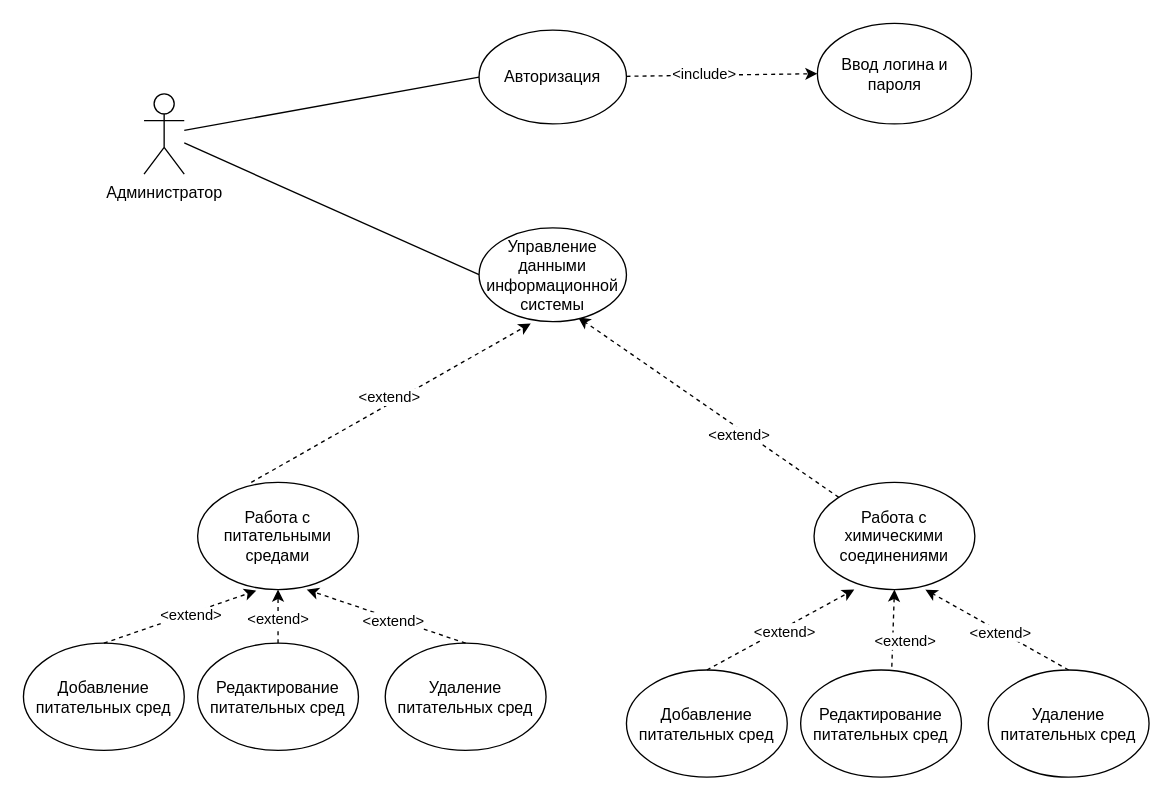
Above: use-case_admin.drawio in eva01pilot/plant-tissue-diagrams (draw.io), before the change. Source tidied: cells renumbered, new cells numbered last; positions are measured from the earlier drawing's top-left corner, leaving out a move shared by most shapes. Both pictures are drawn from the tidied source at 134%, with x=0, y=0 at pixel (23, 23).
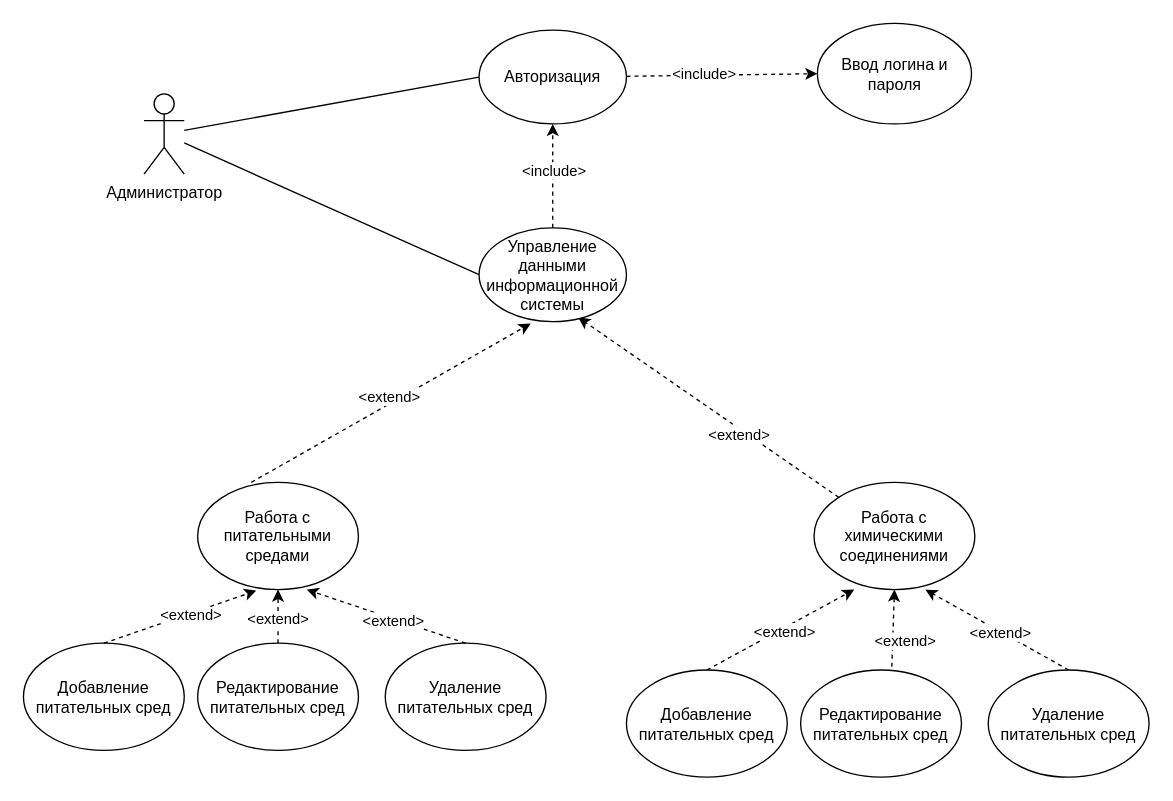
The same page after the edit.

Unchanged cells that the change refers to:
```xml
<mxCell id="4" value="Авторизация" style="ellipse;whiteSpace=wrap;html=1;" parent="1" vertex="1">
  <mxGeometry x="340" y="5" width="110" height="70" as="geometry" />
</mxCell>
<mxCell id="7" value="&lt;div&gt;Управление данными информационной системы&lt;/div&gt;" style="ellipse;whiteSpace=wrap;html=1;" parent="1" vertex="1">
  <mxGeometry x="340" y="152.5" width="110" height="70" as="geometry" />
</mxCell>
```

The edit, as a diff of the source:
```diff
@@
+    <mxCell id="34" style="endArrow=classic;html=1;rounded=0;exitX=0.5;exitY=0;exitDx=0;exitDy=0;entryX=0.5;entryY=1;entryDx=0;entryDy=0;dashed=1;" parent="1" edge="1" source="7" target="4">
+      <mxGeometry relative="1" as="geometry" />
+    </mxCell>
+    <mxCell id="35" value="&amp;lt;include&amp;gt;" style="edgeLabel;html=1;align=center;verticalAlign=middle;" parent="34" vertex="1">
+      <mxGeometry x="0.11" relative="1" as="geometry" />
+    </mxCell>
```
